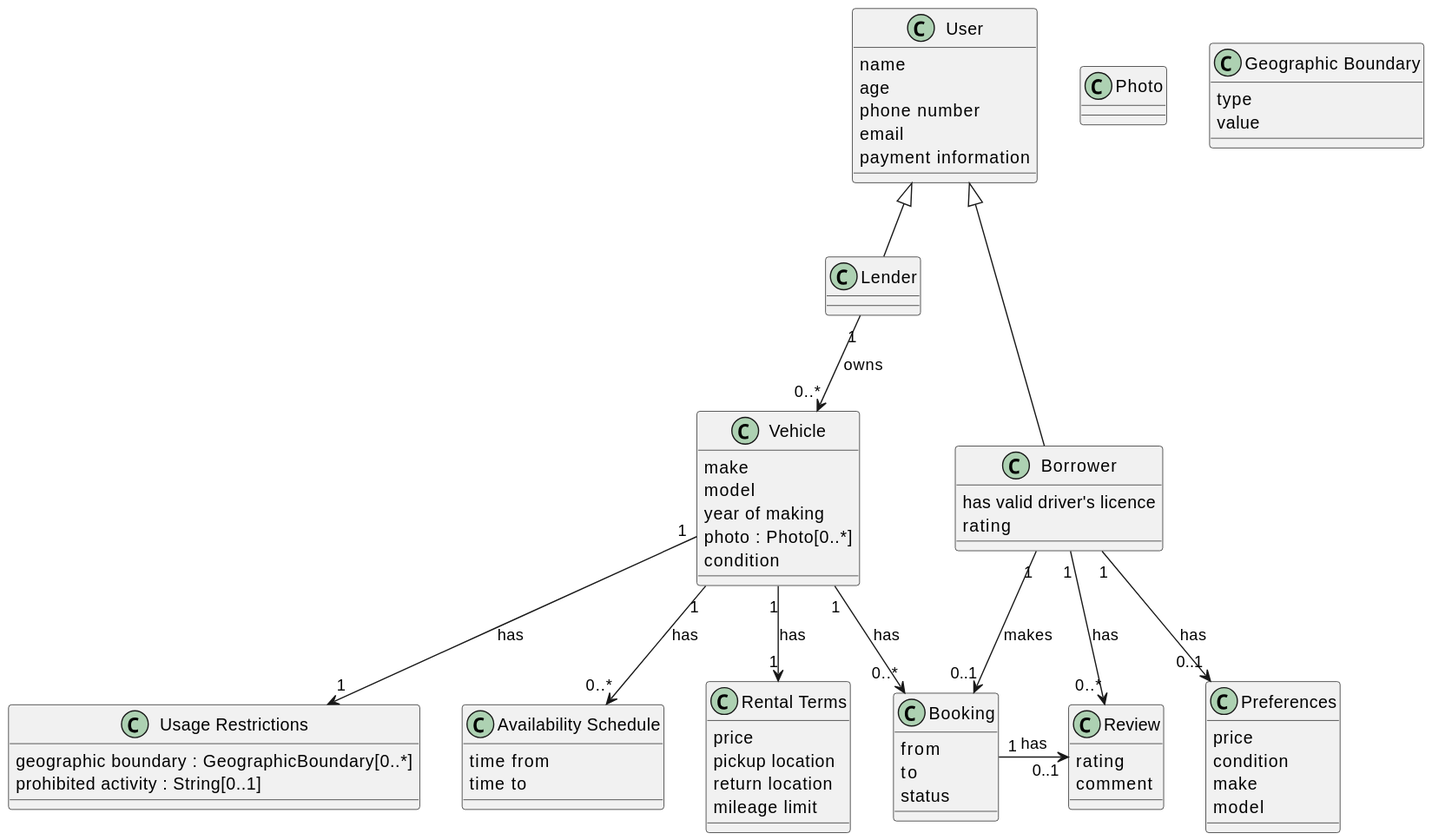
This is domain_model/domain_model.svg from bruzla/NSWI041, a PlantUML export, as it was before one commit.
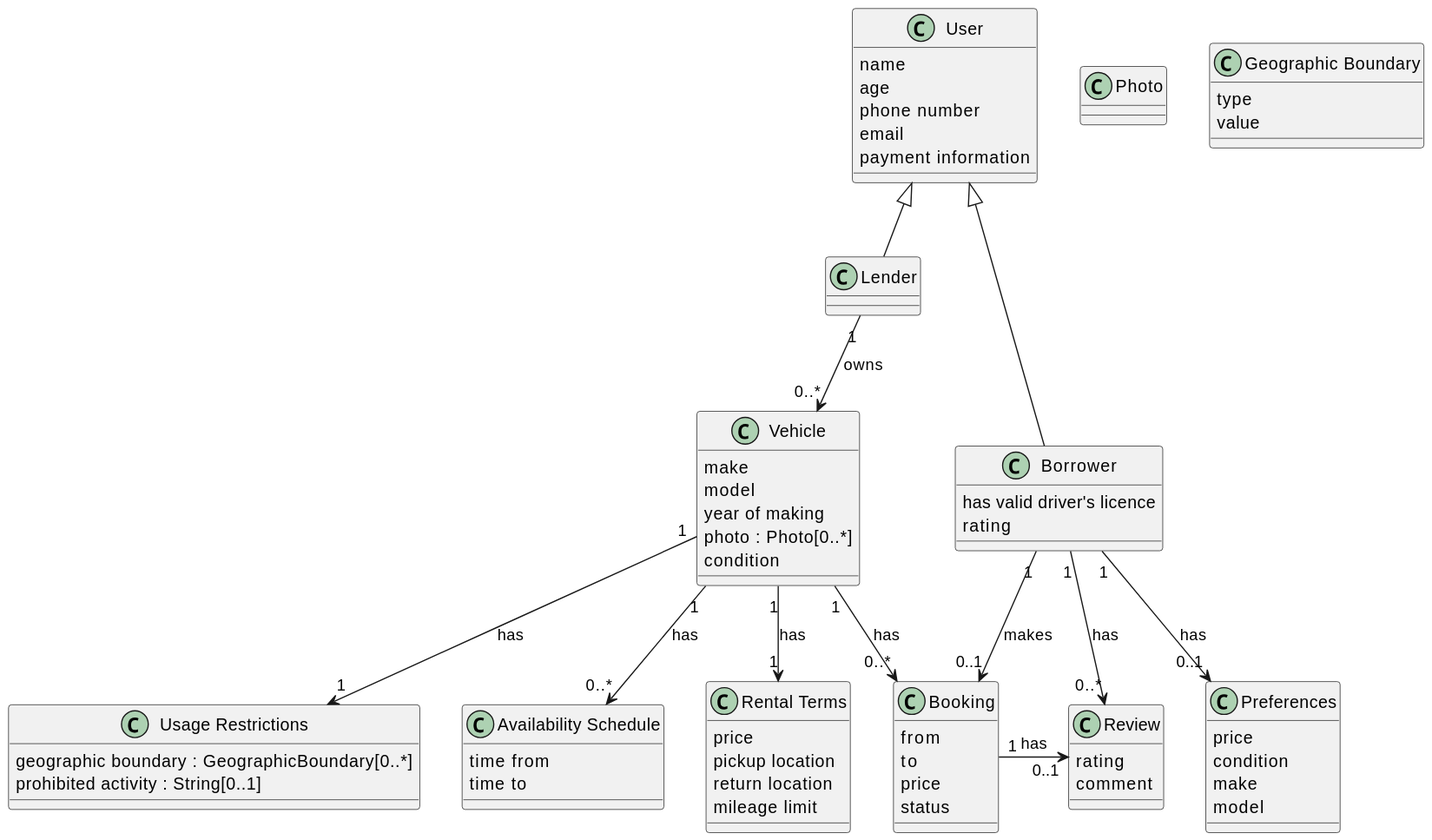
After the commit.

Commit message:
add price and association with review

The edit, as a diff of the source:
```diff
@@ -66,6 +66,7 @@
 class Booking {
     from
     to
+    price
     status
 }
 
```
